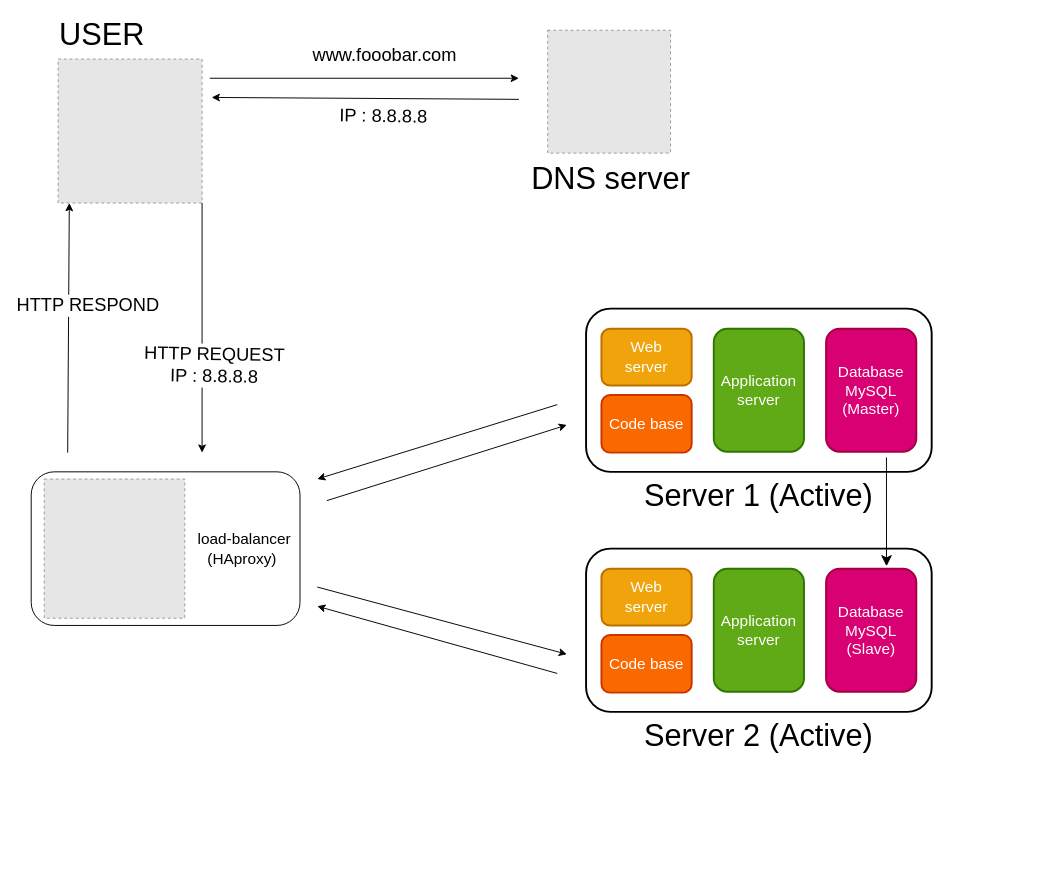
Earlier version of the draw.io diagram 0x09-web_infrastructure_design/Whiteboards/1-distributed_web_infrastructure.drawio (NaiM-AyouB/alx-system_engineering-devops). Source tidied: cells renumbered, new cells numbered last; positions are measured from the earlier drawing's top-left corner, leaving out a move shared by most shapes. Both pictures are drawn from the tidied source at 96%, with x=0, y=0 at pixel (19, 20). Pictures stored in the file or linked from it are replaced by grey dashed boxes.
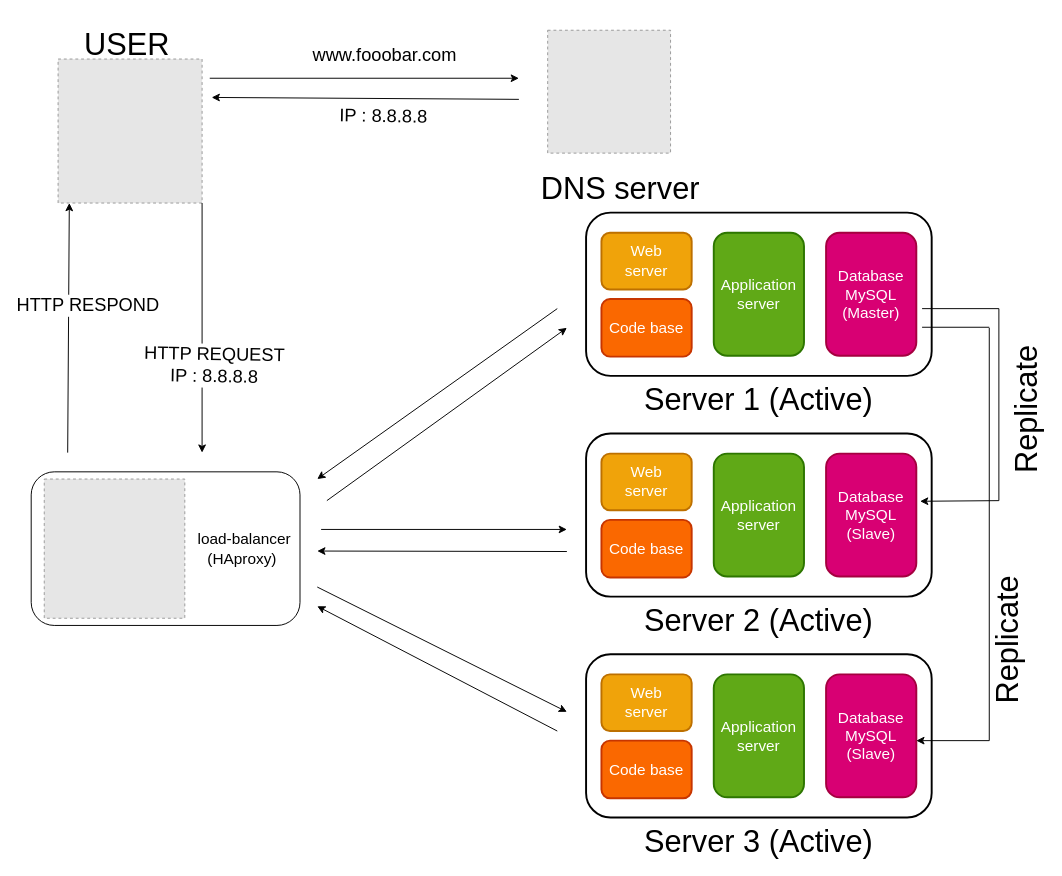
The same page after the edit.

Commit message:
update task 1 design

Diff of the diagram source:
```diff
@@
     <mxCell id="3" value="USER" style="text;strokeColor=none;align=center;fillColor=none;html=1;verticalAlign=middle;whiteSpace=wrap;rounded=0;fontSize=32;fontFamily=Helvetica;" parent="1" vertex="1">
-      <mxGeometry width="172" height="30" as="geometry" />
+      <mxGeometry x="25.6" y="10" width="172" height="30" as="geometry" />
     </mxCell>
@@
-    <mxCell id="12" value="&lt;font style=&quot;font-size: 32px;&quot;&gt;DNS server&lt;/font&gt;" style="text;strokeColor=none;align=center;fillColor=none;html=1;verticalAlign=middle;whiteSpace=wrap;rounded=0;fontSize=32;fontFamily=Helvetica;" parent="1" vertex="1">
-      <mxGeometry x="490" y="150" width="252" height="30" as="geometry" />
+    <mxCell id="12" value="&lt;font style=&quot;font-size: 32px;&quot;&gt;Replicate&lt;/font&gt;" style="text;strokeColor=none;align=center;fillColor=none;html=1;verticalAlign=middle;whiteSpace=wrap;rounded=0;fontSize=32;fontFamily=Helvetica;rotation=-90;" parent="1" vertex="1">
+      <mxGeometry x="950" y="630" width="159" height="30" as="geometry" />
     </mxCell>
@@
     <mxCell id="17" style="rounded=1;whiteSpace=wrap;html=1;strokeWidth=2;fillColor=none;" parent="1" vertex="1">
-      <mxGeometry x="590" y="300" width="360" height="170" as="geometry" />
+      <mxGeometry x="590" y="200" width="360" height="170" as="geometry" />
     </mxCell>
     <mxCell id="18" style="rounded=1;whiteSpace=wrap;html=1;strokeWidth=2;fillColor=#f0a30a;fontColor=#000000;strokeColor=#BD7000;" parent="1" vertex="1">
-      <mxGeometry x="606" y="321" width="94" height="59" as="geometry" />
+      <mxGeometry x="606" y="221" width="94" height="59" as="geometry" />
     </mxCell>
     <mxCell id="19" style="rounded=1;whiteSpace=wrap;html=1;strokeWidth=2;fillColor=#d80073;fontColor=#ffffff;strokeColor=#A50040;" parent="1" vertex="1">
-      <mxGeometry x="840" y="321" width="94" height="128" as="geometry" />
+      <mxGeometry x="840" y="221" width="94" height="128" as="geometry" />
     </mxCell>
     <mxCell id="20" style="rounded=1;whiteSpace=wrap;html=1;strokeWidth=2;fillColor=#60a917;fontColor=#ffffff;strokeColor=#2D7600;" parent="1" vertex="1">
-      <mxGeometry x="723" y="321" width="94" height="128" as="geometry" />
+      <mxGeometry x="723" y="221" width="94" height="128" as="geometry" />
     </mxCell>
     <mxCell id="21" value="&lt;font style=&quot;font-size: 32px;&quot;&gt;Server 1 (Active)&lt;/font&gt;" style="text;strokeColor=none;align=center;fillColor=none;html=1;verticalAlign=middle;whiteSpace=wrap;rounded=0;fontSize=32;fontFamily=Helvetica;" parent="1" vertex="1">
-      <mxGeometry x="644" y="480" width="252" height="30" as="geometry" />
+      <mxGeometry x="644" y="380" width="252" height="30" as="geometry" />
     </mxCell>
     <mxCell id="22" value="&lt;font style=&quot;font-size: 16px;&quot;&gt;Database&lt;br&gt;MySQL&lt;br&gt;(Master)&lt;br&gt;&lt;/font&gt;" style="text;strokeColor=none;align=center;fillColor=none;html=1;verticalAlign=middle;whiteSpace=wrap;rounded=0;fontSize=16;fontFamily=Helvetica;fontColor=#FFFFFF;" parent="1" vertex="1">
-      <mxGeometry x="847" y="335" width="80" height="100" as="geometry" />
+      <mxGeometry x="847" y="235" width="80" height="100" as="geometry" />
     </mxCell>
     <mxCell id="23" value="&lt;font style=&quot;font-size: 16px;&quot;&gt;Application server&lt;/font&gt;" style="text;strokeColor=none;align=center;fillColor=none;html=1;verticalAlign=middle;whiteSpace=wrap;rounded=0;fontSize=16;fontFamily=Helvetica;fontColor=#FFFFFF;" parent="1" vertex="1">
-      <mxGeometry x="730" y="335" width="80" height="100" as="geometry" />
+      <mxGeometry x="730" y="235" width="80" height="100" as="geometry" />
     </mxCell>
     <mxCell id="24" style="rounded=1;whiteSpace=wrap;html=1;strokeWidth=2;fillColor=#fa6800;fontColor=#000000;strokeColor=#C73500;" parent="1" vertex="1">
-      <mxGeometry x="606" y="390" width="94" height="60" as="geometry" />
+      <mxGeometry x="606" y="290" width="94" height="60" as="geometry" />
     </mxCell>
     <mxCell id="25" value="&lt;font style=&quot;font-size: 16px;&quot;&gt;Web server&lt;/font&gt;" style="text;strokeColor=none;align=center;fillColor=none;html=1;verticalAlign=middle;whiteSpace=wrap;rounded=0;fontSize=16;fontFamily=Helvetica;fontColor=#FFFFFF;" parent="1" vertex="1">
-      <mxGeometry x="613" y="330" width="80" height="40" as="geometry" />
+      <mxGeometry x="613" y="230" width="80" height="40" as="geometry" />
     </mxCell>
     <mxCell id="26" value="Code base" style="text;strokeColor=none;align=center;fillColor=none;html=1;verticalAlign=middle;whiteSpace=wrap;rounded=0;fontSize=16;fontFamily=Helvetica;fontColor=#FFFFFF;" parent="1" vertex="1">
-      <mxGeometry x="613" y="400" width="80" height="40" as="geometry" />
+      <mxGeometry x="613" y="300" width="80" height="40" as="geometry" />
     </mxCell>
     <mxCell id="27" style="rounded=1;whiteSpace=wrap;html=1;strokeWidth=2;fillColor=none;" parent="1" vertex="1">
-      <mxGeometry x="590" y="550" width="360" height="170" as="geometry" />
+      <mxGeometry x="590" y="430" width="360" height="170" as="geometry" />
     </mxCell>
     <mxCell id="28" style="rounded=1;whiteSpace=wrap;html=1;strokeWidth=2;fillColor=#f0a30a;fontColor=#000000;strokeColor=#BD7000;" parent="1" vertex="1">
-      <mxGeometry x="606" y="571" width="94" height="59" as="geometry" />
+      <mxGeometry x="606" y="451" width="94" height="59" as="geometry" />
     </mxCell>
     <mxCell id="29" style="rounded=1;whiteSpace=wrap;html=1;strokeWidth=2;fillColor=#d80073;fontColor=#ffffff;strokeColor=#A50040;" parent="1" vertex="1">
-      <mxGeometry x="840" y="571" width="94" height="128" as="geometry" />
+      <mxGeometry x="840" y="451" width="94" height="128" as="geometry" />
     </mxCell>
     <mxCell id="30" style="rounded=1;whiteSpace=wrap;html=1;strokeWidth=2;fillColor=#60a917;fontColor=#ffffff;strokeColor=#2D7600;" parent="1" vertex="1">
-      <mxGeometry x="723" y="571" width="94" height="128" as="geometry" />
+      <mxGeometry x="723" y="451" width="94" height="128" as="geometry" />
     </mxCell>
     <mxCell id="31" value="&lt;font style=&quot;font-size: 32px;&quot;&gt;Server 2 (Active)&lt;/font&gt;" style="text;strokeColor=none;align=center;fillColor=none;html=1;verticalAlign=middle;whiteSpace=wrap;rounded=0;fontSize=32;fontFamily=Helvetica;" parent="1" vertex="1">
-      <mxGeometry x="644" y="730" width="252" height="30" as="geometry" />
+      <mxGeometry x="644" y="610" width="252" height="30" as="geometry" />
     </mxCell>
     <mxCell id="32" value="&lt;font style=&quot;font-size: 16px;&quot;&gt;Database&lt;br&gt;MySQL&lt;br&gt;(Slave)&lt;br&gt;&lt;/font&gt;" style="text;strokeColor=none;align=center;fillColor=none;html=1;verticalAlign=middle;whiteSpace=wrap;rounded=0;fontSize=16;fontFamily=Helvetica;fontColor=#FFFFFF;" parent="1" vertex="1">
-      <mxGeometry x="847" y="585" width="80" height="100" as="geometry" />
+      <mxGeometry x="847" y="465" width="80" height="100" as="geometry" />
     </mxCell>
     <mxCell id="33" value="&lt;font style=&quot;font-size: 16px;&quot;&gt;Application server&lt;/font&gt;" style="text;strokeColor=none;align=center;fillColor=none;html=1;verticalAlign=middle;whiteSpace=wrap;rounded=0;fontSize=16;fontFamily=Helvetica;fontColor=#FFFFFF;" parent="1" vertex="1">
-      <mxGeometry x="730" y="585" width="80" height="100" as="geometry" />
+      <mxGeometry x="730" y="465" width="80" height="100" as="geometry" />
     </mxCell>
     <mxCell id="34" style="rounded=1;whiteSpace=wrap;html=1;strokeWidth=2;fillColor=#fa6800;fontColor=#000000;strokeColor=#C73500;" parent="1" vertex="1">
-      <mxGeometry x="606" y="640" width="94" height="60" as="geometry" />
+      <mxGeometry x="606" y="520" width="94" height="60" as="geometry" />
     </mxCell>
     <mxCell id="35" value="&lt;font style=&quot;font-size: 16px;&quot;&gt;Web server&lt;/font&gt;" style="text;strokeColor=none;align=center;fillColor=none;html=1;verticalAlign=middle;whiteSpace=wrap;rounded=0;fontSize=16;fontFamily=Helvetica;fontColor=#FFFFFF;" parent="1" vertex="1">
-      <mxGeometry x="613" y="580" width="80" height="40" as="geometry" />
+      <mxGeometry x="613" y="460" width="80" height="40" as="geometry" />
     </mxCell>
     <mxCell id="36" value="Code base" style="text;strokeColor=none;align=center;fillColor=none;html=1;verticalAlign=middle;whiteSpace=wrap;rounded=0;fontSize=16;fontFamily=Helvetica;fontColor=#FFFFFF;" parent="1" vertex="1">
-      <mxGeometry x="613" y="650" width="80" height="40" as="geometry" />
+      <mxGeometry x="613" y="530" width="80" height="40" as="geometry" />
     </mxCell>
     <mxCell id="37" style="endArrow=classic;html=1;rounded=0;" parent="1" edge="1">
       <mxGeometry relative="1" as="geometry">
         <mxPoint x="310" y="590" as="sourcePoint" />
-        <mxPoint x="570" y="660" as="targetPoint" />
+        <mxPoint x="570" y="720" as="targetPoint" />
       </mxGeometry>
     </mxCell>
     <mxCell id="38" style="endArrow=classic;html=1;rounded=0;" parent="1" edge="1">
       <mxGeometry relative="1" as="geometry">
-        <mxPoint x="560" y="680" as="sourcePoint" />
+        <mxPoint x="560" y="740" as="sourcePoint" />
         <mxPoint x="310" y="610" as="targetPoint" />
       </mxGeometry>
     </mxCell>
     <mxCell id="39" style="endArrow=classic;html=1;rounded=0;" parent="1" edge="1">
       <mxGeometry relative="1" as="geometry">
-        <mxPoint x="560" y="400" as="sourcePoint" />
+        <mxPoint x="560" y="300" as="sourcePoint" />
         <mxPoint x="310" y="477.5" as="targetPoint" />
       </mxGeometry>
     </mxCell>
     <mxCell id="40" style="endArrow=classic;html=1;rounded=0;" parent="1" edge="1">
       <mxGeometry relative="1" as="geometry">
         <mxPoint x="320" y="500" as="sourcePoint" />
-        <mxPoint x="570" y="421.2" as="targetPoint" />
+        <mxPoint x="570" y="320" as="targetPoint" />
       </mxGeometry>
     </mxCell>
-    <mxCell id="41" style="endArrow=classic;html=1;rounded=0;exitX=0.833;exitY=0.941;exitDx=0;exitDy=0;exitPerimeter=0;entryX=0.67;entryY=-0.021;entryDx=0;entryDy=0;entryPerimeter=0;jumpSize=20;endSize=9;startSize=9;" parent="1" edge="1" target="29">
-      <mxGeometry relative="1" as="geometry">
-        <mxPoint x="902.9" y="455" as="sourcePoint" />
-      </mxGeometry>
-    </mxCell>
+    <mxCell id="42" style="rounded=1;whiteSpace=wrap;html=1;strokeWidth=2;fillColor=none;" parent="1" vertex="1">
+      <mxGeometry x="590" y="660" width="360" height="170" as="geometry" />
+    </mxCell>
+    <mxCell id="43" style="rounded=1;whiteSpace=wrap;html=1;strokeWidth=2;fillColor=#f0a30a;fontColor=#000000;strokeColor=#BD7000;" parent="1" vertex="1">
+      <mxGeometry x="606" y="681" width="94" height="59" as="geometry" />
+    </mxCell>
+    <mxCell id="44" style="rounded=1;whiteSpace=wrap;html=1;strokeWidth=2;fillColor=#d80073;fontColor=#ffffff;strokeColor=#A50040;" parent="1" vertex="1">
+      <mxGeometry x="840" y="681" width="94" height="128" as="geometry" />
+    </mxCell>
+    <mxCell id="45" style="rounded=1;whiteSpace=wrap;html=1;strokeWidth=2;fillColor=#60a917;fontColor=#ffffff;strokeColor=#2D7600;" parent="1" vertex="1">
+      <mxGeometry x="723" y="681" width="94" height="128" as="geometry" />
+    </mxCell>
+    <mxCell id="46" value="&lt;font style=&quot;font-size: 32px;&quot;&gt;Server 3 (Active)&lt;/font&gt;" style="text;strokeColor=none;align=center;fillColor=none;html=1;verticalAlign=middle;whiteSpace=wrap;rounded=0;fontSize=32;fontFamily=Helvetica;" parent="1" vertex="1">
+      <mxGeometry x="644" y="840" width="252" height="30" as="geometry" />
+    </mxCell>
+    <mxCell id="47" value="&lt;font style=&quot;font-size: 16px;&quot;&gt;Database&lt;br&gt;MySQL&lt;br&gt;(Slave)&lt;br&gt;&lt;/font&gt;" style="text;strokeColor=none;align=center;fillColor=none;html=1;verticalAlign=middle;whiteSpace=wrap;rounded=0;fontSize=16;fontFamily=Helvetica;fontColor=#FFFFFF;" parent="1" vertex="1">
+      <mxGeometry x="847" y="695" width="80" height="100" as="geometry" />
+    </mxCell>
+    <mxCell id="48" value="&lt;font style=&quot;font-size: 16px;&quot;&gt;Application server&lt;/font&gt;" style="text;strokeColor=none;align=center;fillColor=none;html=1;verticalAlign=middle;whiteSpace=wrap;rounded=0;fontSize=16;fontFamily=Helvetica;fontColor=#FFFFFF;" parent="1" vertex="1">
+      <mxGeometry x="730" y="695" width="80" height="100" as="geometry" />
+    </mxCell>
+    <mxCell id="49" style="rounded=1;whiteSpace=wrap;html=1;strokeWidth=2;fillColor=#fa6800;fontColor=#000000;strokeColor=#C73500;" parent="1" vertex="1">
+      <mxGeometry x="606" y="750" width="94" height="60" as="geometry" />
+    </mxCell>
+    <mxCell id="50" value="&lt;font style=&quot;font-size: 16px;&quot;&gt;Web server&lt;/font&gt;" style="text;strokeColor=none;align=center;fillColor=none;html=1;verticalAlign=middle;whiteSpace=wrap;rounded=0;fontSize=16;fontFamily=Helvetica;fontColor=#FFFFFF;" parent="1" vertex="1">
+      <mxGeometry x="613" y="690" width="80" height="40" as="geometry" />
+    </mxCell>
+    <mxCell id="51" value="Code base" style="text;strokeColor=none;align=center;fillColor=none;html=1;verticalAlign=middle;whiteSpace=wrap;rounded=0;fontSize=16;fontFamily=Helvetica;fontColor=#FFFFFF;" parent="1" vertex="1">
+      <mxGeometry x="613" y="760" width="80" height="40" as="geometry" />
+    </mxCell>
+    <mxCell id="52" style="endArrow=classic;html=1;rounded=0;" parent="1" edge="1">
+      <mxGeometry relative="1" as="geometry">
+        <mxPoint x="314" y="530" as="sourcePoint" />
+        <mxPoint x="570" y="530" as="targetPoint" />
+      </mxGeometry>
+    </mxCell>
+    <mxCell id="53" style="endArrow=classic;html=1;rounded=0;" parent="1" edge="1">
+      <mxGeometry relative="1" as="geometry">
+        <mxPoint x="570" y="553" as="sourcePoint" />
+        <mxPoint x="310" y="552.5" as="targetPoint" />
+      </mxGeometry>
+    </mxCell>
+    <mxCell id="54" style="endArrow=none;html=1;rounded=0;" parent="1" edge="1">
+      <mxGeometry relative="1" as="geometry">
+        <mxPoint x="940" y="300" as="sourcePoint" />
+        <mxPoint x="1020" y="300" as="targetPoint" />
+      </mxGeometry>
+    </mxCell>
+    <mxCell id="55" style="endArrow=none;html=1;rounded=0;" parent="1" edge="1">
+      <mxGeometry relative="1" as="geometry">
+        <mxPoint x="1020" y="500" as="sourcePoint" />
+        <mxPoint x="1020" y="300" as="targetPoint" />
+      </mxGeometry>
+    </mxCell>
+    <mxCell id="56" style="endArrow=classic;html=1;rounded=0;entryX=1.042;entryY=0.388;entryDx=0;entryDy=0;entryPerimeter=0;" parent="1" edge="1" target="29">
+      <mxGeometry relative="1" as="geometry">
+        <mxPoint x="1020" y="500" as="sourcePoint" />
+      </mxGeometry>
+    </mxCell>
+    <mxCell id="57" style="endArrow=none;html=1;rounded=0;" parent="1" edge="1">
+      <mxGeometry relative="1" as="geometry">
+        <mxPoint x="940" y="319.4" as="sourcePoint" />
+        <mxPoint x="1010" y="319.4" as="targetPoint" />
+      </mxGeometry>
+    </mxCell>
+    <mxCell id="58" style="endArrow=none;html=1;rounded=0;" parent="1" edge="1">
+      <mxGeometry relative="1" as="geometry">
+        <mxPoint x="1010" y="750" as="sourcePoint" />
+        <mxPoint x="1010" y="320" as="targetPoint" />
+      </mxGeometry>
+    </mxCell>
+    <mxCell id="59" style="endArrow=classic;html=1;rounded=0;entryX=1.006;entryY=0.424;entryDx=0;entryDy=0;entryPerimeter=0;" parent="1" edge="1">
+      <mxGeometry relative="1" as="geometry">
+        <mxPoint x="1010" y="750" as="sourcePoint" />
+        <mxPoint x="934" y="750" as="targetPoint" />
+      </mxGeometry>
+    </mxCell>
+    <mxCell id="60" value="&lt;font style=&quot;font-size: 32px;&quot;&gt;DNS server&lt;/font&gt;" style="text;strokeColor=none;align=center;fillColor=none;html=1;verticalAlign=middle;whiteSpace=wrap;rounded=0;fontSize=32;fontFamily=Helvetica;" parent="1" vertex="1">
+      <mxGeometry x="500" y="160" width="252" height="30" as="geometry" />
+    </mxCell>
+    <mxCell id="61" value="&lt;font style=&quot;font-size: 32px;&quot;&gt;Replicate&lt;/font&gt;" style="text;strokeColor=none;align=center;fillColor=none;html=1;verticalAlign=middle;whiteSpace=wrap;rounded=0;fontSize=32;fontFamily=Helvetica;rotation=-90;" parent="1" vertex="1">
+      <mxGeometry x="970" y="390" width="159" height="30" as="geometry" />
+    </mxCell>
```
